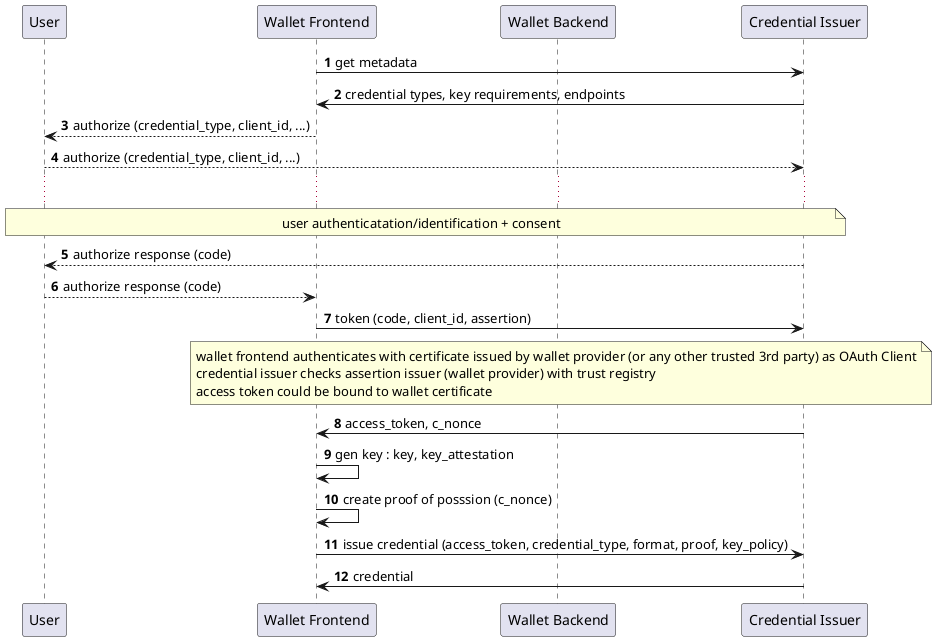
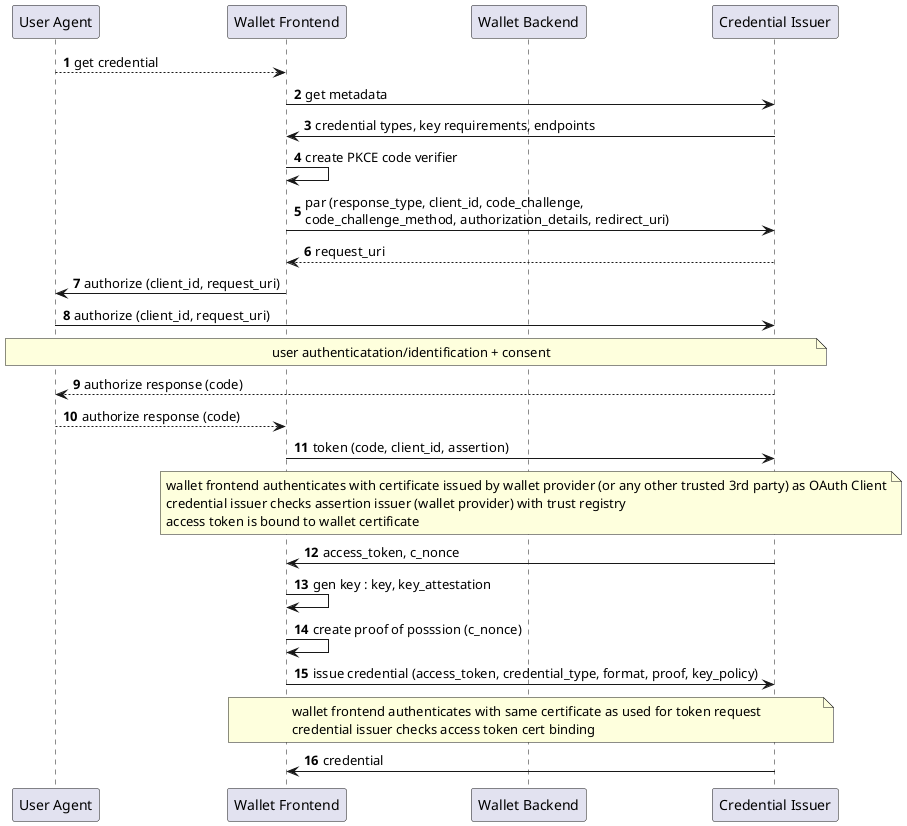
@startuml
autonumber
- participant User as u
+ participant "User Agent" as u
participant "Wallet Frontend" as w
participant "Wallet Backend" as b
participant "Credential Issuer" as i

+ u --> w: get credential
+ 
w -> i: get metadata
i -> w: credential types, key requirements, endpoints
- w --> u : authorize (credential_type, client_id, ...)
- u --> i: authorize (credential_type, client_id, ...)
- ...
+ w -> w : create PKCE code verifier
+ 
+ w -> i : par (response_type, client_id, code_challenge,\ncode_challenge_method, authorization_details, redirect_uri)
+ 
+ i --> w : request_uri
+ 
+ 
+ w -> u: authorize (client_id, request_uri)
+ u -> i: authorize (client_id, request_uri)
note over u, i: user authenticatation/identification + consent
i --> u : authorize response (code)
u --> w: authorize response (code)
w -> i : token (code, client_id, assertion)
- note over w, i: wallet frontend authenticates with certificate issued by wallet provider (or any other trusted 3rd party) as OAuth Client\ncredential issuer checks assertion issuer (wallet provider) with trust registry\naccess token could be bound to wallet certificate
+ note over w, i: wallet frontend authenticates with certificate issued by wallet provider (or any other trusted 3rd party) as OAuth Client\ncredential issuer checks assertion issuer (wallet provider) with trust registry\naccess token is bound to wallet certificate
i -> w : access_token, c_nonce
w -> w : gen key : key, key_attestation
w -> w : create proof of posssion (c_nonce)
w -> i : issue credential (access_token, credential_type, format, proof, key_policy)
+ note over w, i: wallet frontend authenticates with same certificate as used for token request\ncredential issuer checks access token cert binding
i -> w : credential
@enduml